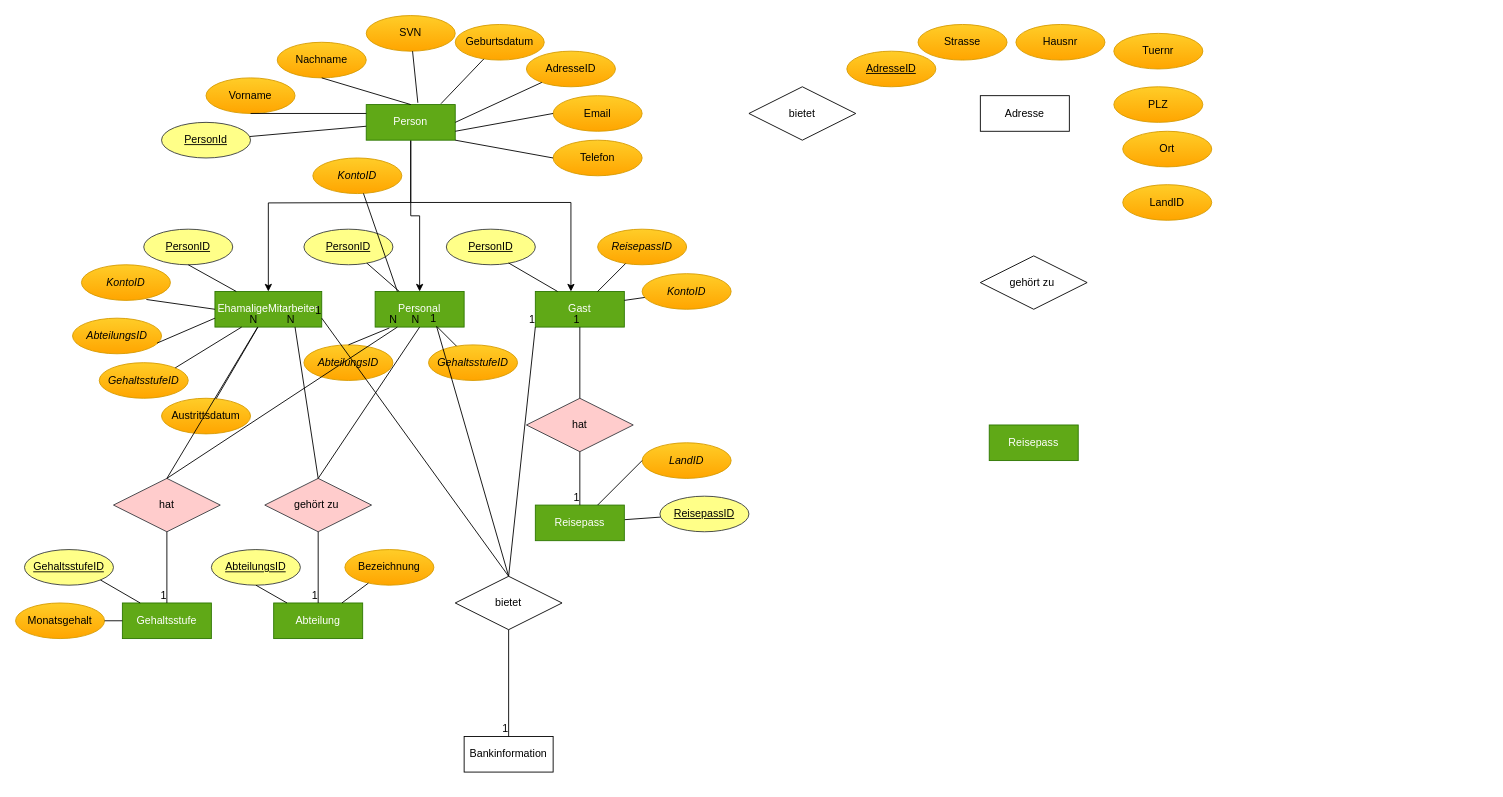
This is Untitled Diagram.drawio from IvoOtero24/HotelAdministration, a draw.io file, before an edit. Source tidied: cells renumbered, new cells numbered last; positions are measured from the earlier drawing's top-left corner, leaving out a move shared by most shapes. Both pictures are drawn from the tidied source at 89%, with x=0, y=0 at pixel (15, 15).
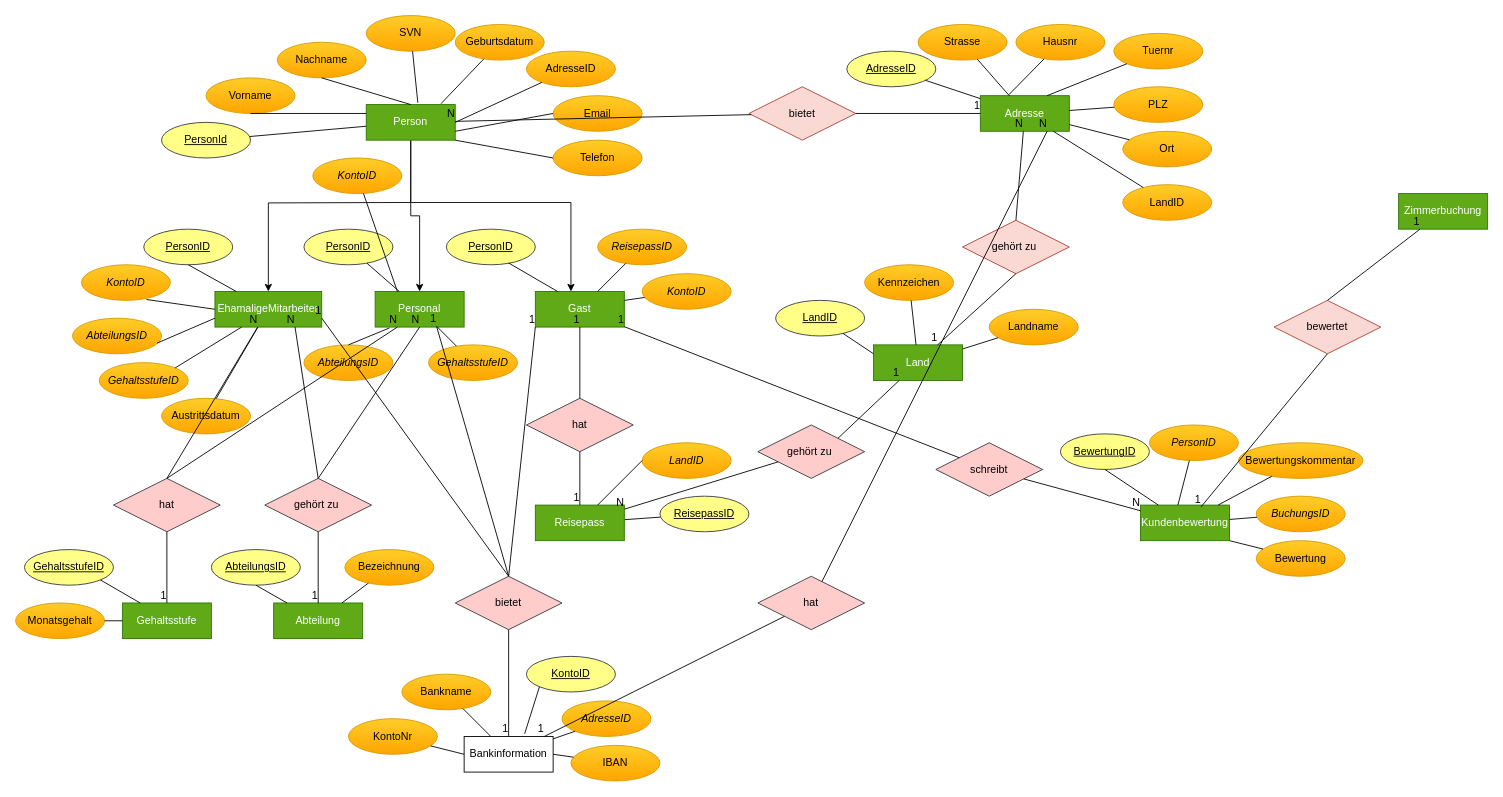
Above is the later version.

The change refers to these unchanged cells:
```xml
<mxCell id="4" value="Person" style="whiteSpace=wrap;html=1;align=center;fillColor=#60a917;strokeColor=#2D7600;fontColor=#ffffff;" parent="1" vertex="1">
  <mxGeometry x="394" y="100" width="100" height="40" as="geometry" />
</mxCell>
<mxCell id="23" value="Gast" style="whiteSpace=wrap;html=1;align=center;fillColor=#60a917;strokeColor=#2D7600;fontColor=#ffffff;" parent="1" vertex="1">
  <mxGeometry x="584" y="310" width="100" height="40" as="geometry" />
</mxCell>
<mxCell id="52" value="Reisepass" style="whiteSpace=wrap;html=1;align=center;fillColor=#60a917;strokeColor=#2D7600;fontColor=#ffffff;" parent="1" vertex="1">
  <mxGeometry x="584" y="550" width="100" height="40" as="geometry" />
</mxCell>
<mxCell id="83" value="Bankinformation" style="whiteSpace=wrap;html=1;align=center;" parent="1" vertex="1">
  <mxGeometry x="504" y="810" width="100" height="40" as="geometry" />
</mxCell>
<mxCell id="89" value="Strasse" style="ellipse;whiteSpace=wrap;html=1;align=center;gradientColor=#ffa500;fillColor=#ffcd28;strokeColor=#d79b00;" parent="1" vertex="1">
  <mxGeometry x="1014" y="10" width="100" height="40" as="geometry" />
</mxCell>
<mxCell id="90" value="Hausnr" style="ellipse;whiteSpace=wrap;html=1;align=center;gradientColor=#ffa500;fillColor=#ffcd28;strokeColor=#d79b00;" parent="1" vertex="1">
  <mxGeometry x="1124" y="10" width="100" height="40" as="geometry" />
</mxCell>
<mxCell id="91" value="Tuernr" style="ellipse;whiteSpace=wrap;html=1;align=center;gradientColor=#ffa500;fillColor=#ffcd28;strokeColor=#d79b00;" parent="1" vertex="1">
  <mxGeometry x="1234" y="20" width="100" height="40" as="geometry" />
</mxCell>
<mxCell id="92" value="PLZ" style="ellipse;whiteSpace=wrap;html=1;align=center;gradientColor=#ffa500;fillColor=#ffcd28;strokeColor=#d79b00;" parent="1" vertex="1">
  <mxGeometry x="1234" y="80" width="100" height="40" as="geometry" />
</mxCell>
<mxCell id="93" value="Ort" style="ellipse;whiteSpace=wrap;html=1;align=center;gradientColor=#ffa500;fillColor=#ffcd28;strokeColor=#d79b00;" parent="1" vertex="1">
  <mxGeometry x="1244" y="130" width="100" height="40" as="geometry" />
</mxCell>
<mxCell id="94" value="LandID" style="ellipse;whiteSpace=wrap;html=1;align=center;gradientColor=#ffa500;fillColor=#ffcd28;strokeColor=#d79b00;" parent="1" vertex="1">
  <mxGeometry x="1244" y="190" width="100" height="40" as="geometry" />
</mxCell>
```

What changed in the source:
```diff
@@
-    <mxCell id="76" value="bietet" style="shape=rhombus;perimeter=rhombusPerimeter;whiteSpace=wrap;html=1;align=center;" parent="1" vertex="1">
+    <mxCell id="76" value="bietet" style="shape=rhombus;perimeter=rhombusPerimeter;whiteSpace=wrap;html=1;align=center;fillColor=#ffcccc;strokeColor=#36393d;" parent="1" vertex="1">
       <mxGeometry x="494" y="630" width="120" height="60" as="geometry" />
     </mxCell>
@@
-    <mxCell id="86" value="bietet" style="shape=rhombus;perimeter=rhombusPerimeter;whiteSpace=wrap;html=1;align=center;" parent="1" vertex="1">
+    <mxCell id="86" value="bietet" style="shape=rhombus;perimeter=rhombusPerimeter;whiteSpace=wrap;html=1;align=center;fillColor=#fad9d5;strokeColor=#ae4132;" parent="1" vertex="1">
       <mxGeometry x="824" y="80" width="120" height="60" as="geometry" />
     </mxCell>
-    <mxCell id="87" value="Adresse" style="whiteSpace=wrap;html=1;align=center;" parent="1" vertex="1">
+    <mxCell id="87" value="Adresse" style="whiteSpace=wrap;html=1;align=center;fillColor=#60a917;strokeColor=#2D7600;fontColor=#ffffff;" parent="1" vertex="1">
       <mxGeometry x="1084" y="90" width="100" height="40" as="geometry" />
     </mxCell>
-    <mxCell id="88" value="&lt;u&gt;AdresseID&lt;/u&gt;" style="ellipse;whiteSpace=wrap;html=1;align=center;gradientColor=#ffa500;fillColor=#ffcd28;strokeColor=#d79b00;" parent="1" vertex="1">
+    <mxCell id="88" value="&lt;u&gt;AdresseID&lt;/u&gt;" style="ellipse;whiteSpace=wrap;html=1;align=center;fillColor=#ffff88;strokeColor=#36393d;" parent="1" vertex="1">
       <mxGeometry x="934" y="40" width="100" height="40" as="geometry" />
     </mxCell>
@@
-    <mxCell id="95" value="gehört zu&amp;nbsp;" style="shape=rhombus;perimeter=rhombusPerimeter;whiteSpace=wrap;html=1;align=center;" parent="1" vertex="1">
-      <mxGeometry x="1084" y="270" width="120" height="60" as="geometry" />
+    <mxCell id="95" value="gehört zu&amp;nbsp;" style="shape=rhombus;perimeter=rhombusPerimeter;whiteSpace=wrap;html=1;align=center;fillColor=#fad9d5;strokeColor=#ae4132;" parent="1" vertex="1">
+      <mxGeometry x="1064" y="230" width="120" height="60" as="geometry" />
     </mxCell>
-    <mxCell id="96" value="Reisepass" style="whiteSpace=wrap;html=1;align=center;fillColor=#60a917;strokeColor=#2D7600;fontColor=#ffffff;" parent="1" vertex="1">
-      <mxGeometry x="1094" y="460" width="100" height="40" as="geometry" />
-    </mxCell>
@@
+    <mxCell id="105" value="Bankname" style="ellipse;whiteSpace=wrap;html=1;align=center;gradientColor=#ffa500;fillColor=#ffcd28;strokeColor=#d79b00;" parent="1" vertex="1">
+      <mxGeometry x="434" y="740" width="100" height="40" as="geometry" />
+    </mxCell>
+    <mxCell id="106" value="&lt;u&gt;KontoID&lt;/u&gt;" style="ellipse;whiteSpace=wrap;html=1;align=center;fillColor=#ffff88;strokeColor=#36393d;" parent="1" vertex="1">
+      <mxGeometry x="574" y="720" width="100" height="40" as="geometry" />
+    </mxCell>
+    <mxCell id="107" value="&lt;i&gt;AdresseID&lt;/i&gt;" style="ellipse;whiteSpace=wrap;html=1;align=center;gradientColor=#ffa500;fillColor=#ffcd28;strokeColor=#d79b00;" parent="1" vertex="1">
+      <mxGeometry x="614" y="770" width="100" height="40" as="geometry" />
+    </mxCell>
+    <mxCell id="108" value="KontoNr" style="ellipse;whiteSpace=wrap;html=1;align=center;gradientColor=#ffa500;fillColor=#ffcd28;strokeColor=#d79b00;" parent="1" vertex="1">
+      <mxGeometry x="374" y="790" width="100" height="40" as="geometry" />
+    </mxCell>
+    <mxCell id="109" value="IBAN" style="ellipse;whiteSpace=wrap;html=1;align=center;gradientColor=#ffa500;fillColor=#ffcd28;strokeColor=#d79b00;" parent="1" vertex="1">
+      <mxGeometry x="624" y="820" width="100" height="40" as="geometry" />
+    </mxCell>
+    <mxCell id="110" style="endArrow=none;html=1;rounded=0;strokeColor=#000000;" parent="1" edge="1" source="83" target="105">
+      <mxGeometry relative="1" as="geometry" />
+    </mxCell>
+    <mxCell id="111" style="endArrow=none;html=1;rounded=0;strokeColor=#000000;" parent="1" edge="1" target="108">
+      <mxGeometry relative="1" as="geometry">
+        <mxPoint x="504" y="830" as="sourcePoint" />
+      </mxGeometry>
+    </mxCell>
+    <mxCell id="112" style="endArrow=none;html=1;rounded=0;strokeColor=#000000;entryX=0;entryY=1;entryDx=0;entryDy=0;exitX=0.68;exitY=-0.075;exitDx=0;exitDy=0;exitPerimeter=0;" parent="1" edge="1" source="83" target="106">
+      <mxGeometry relative="1" as="geometry" />
+    </mxCell>
+    <mxCell id="113" style="endArrow=none;html=1;rounded=0;strokeColor=#000000;entryX=0;entryY=1;entryDx=0;entryDy=0;" parent="1" edge="1" source="83" target="107">
+      <mxGeometry relative="1" as="geometry" />
+    </mxCell>
+    <mxCell id="114" style="endArrow=none;html=1;rounded=0;strokeColor=#000000;exitX=1;exitY=0.5;exitDx=0;exitDy=0;" parent="1" edge="1" source="83" target="109">
+      <mxGeometry relative="1" as="geometry" />
+    </mxCell>
+    <mxCell id="115" style="endArrow=none;html=1;rounded=0;strokeColor=#000000;" parent="1" edge="1" source="87" target="88">
+      <mxGeometry relative="1" as="geometry" />
+    </mxCell>
+    <mxCell id="116" style="endArrow=none;html=1;rounded=0;strokeColor=#000000;" parent="1" edge="1" source="87" target="89">
+      <mxGeometry relative="1" as="geometry" />
+    </mxCell>
+    <mxCell id="117" style="endArrow=none;html=1;rounded=0;strokeColor=#000000;exitX=0.32;exitY=-0.025;exitDx=0;exitDy=0;exitPerimeter=0;" parent="1" edge="1" source="87" target="90">
+      <mxGeometry relative="1" as="geometry" />
+    </mxCell>
+    <mxCell id="118" style="endArrow=none;html=1;rounded=0;strokeColor=#000000;exitX=0.75;exitY=0;exitDx=0;exitDy=0;" parent="1" edge="1" source="87" target="91">
+      <mxGeometry relative="1" as="geometry" />
+    </mxCell>
+    <mxCell id="119" style="endArrow=none;html=1;rounded=0;strokeColor=#000000;" parent="1" edge="1" source="92" target="87">
+      <mxGeometry relative="1" as="geometry" />
+    </mxCell>
+    <mxCell id="120" style="endArrow=none;html=1;rounded=0;strokeColor=#000000;" parent="1" edge="1" source="93" target="87">
+      <mxGeometry relative="1" as="geometry" />
+    </mxCell>
+    <mxCell id="121" style="endArrow=none;html=1;rounded=0;strokeColor=#000000;" parent="1" edge="1" source="94" target="87">
+      <mxGeometry relative="1" as="geometry" />
+    </mxCell>
+    <mxCell id="122" style="endArrow=none;html=1;rounded=0;strokeColor=#000000;" parent="1" edge="1" source="86" target="4">
+      <mxGeometry relative="1" as="geometry" />
+    </mxCell>
+    <mxCell id="123" value="N" style="html=1;align=right;verticalAlign=bottom;" parent="122" vertex="1">
+      <mxGeometry x="1" relative="1" as="geometry" />
+    </mxCell>
+    <mxCell id="124" style="endArrow=none;html=1;rounded=0;strokeColor=#000000;" parent="1" edge="1" source="86" target="87">
+      <mxGeometry relative="1" as="geometry" />
+    </mxCell>
+    <mxCell id="125" value="1" style="html=1;align=right;verticalAlign=bottom;" parent="124" vertex="1">
+      <mxGeometry x="1" relative="1" as="geometry" />
+    </mxCell>
+    <mxCell id="126" value="Land" style="whiteSpace=wrap;html=1;align=center;fillColor=#60a917;strokeColor=#2D7600;fontColor=#ffffff;" parent="1" vertex="1">
+      <mxGeometry x="964" y="370" width="100" height="40" as="geometry" />
+    </mxCell>
+    <mxCell id="127" value="&lt;u&gt;LandID&lt;/u&gt;" style="ellipse;whiteSpace=wrap;html=1;align=center;fillColor=#ffff88;strokeColor=#36393d;" parent="1" vertex="1">
+      <mxGeometry x="854" y="320" width="100" height="40" as="geometry" />
+    </mxCell>
+    <mxCell id="128" value="Landname" style="ellipse;whiteSpace=wrap;html=1;align=center;gradientColor=#ffa500;fillColor=#ffcd28;strokeColor=#d79b00;" parent="1" vertex="1">
+      <mxGeometry x="1094" y="330" width="100" height="40" as="geometry" />
+    </mxCell>
+    <mxCell id="129" value="Kennzeichen" style="ellipse;whiteSpace=wrap;html=1;align=center;gradientColor=#ffa500;fillColor=#ffcd28;strokeColor=#d79b00;" parent="1" vertex="1">
+      <mxGeometry x="954" y="280" width="100" height="40" as="geometry" />
+    </mxCell>
+    <mxCell id="130" style="endArrow=none;html=1;rounded=0;strokeColor=#000000;exitX=0.5;exitY=0;exitDx=0;exitDy=0;" parent="1" edge="1" source="95" target="87">
+      <mxGeometry relative="1" as="geometry" />
+    </mxCell>
+    <mxCell id="131" value="N" style="html=1;align=right;verticalAlign=bottom;" parent="130" vertex="1">
+      <mxGeometry x="1" relative="1" as="geometry" />
+    </mxCell>
+    <mxCell id="132" style="endArrow=none;html=1;rounded=0;strokeColor=#000000;exitX=0.5;exitY=1;exitDx=0;exitDy=0;" parent="1" edge="1" source="95" target="126">
+      <mxGeometry relative="1" as="geometry" />
+    </mxCell>
+    <mxCell id="133" value="1" style="html=1;align=right;verticalAlign=bottom;" parent="132" vertex="1">
+      <mxGeometry x="1" relative="1" as="geometry" />
+    </mxCell>
+    <mxCell id="134" style="endArrow=none;html=1;rounded=0;strokeColor=#000000;exitX=0;exitY=0.25;exitDx=0;exitDy=0;" parent="1" edge="1" source="126" target="127">
+      <mxGeometry relative="1" as="geometry" />
+    </mxCell>
+    <mxCell id="135" style="endArrow=none;html=1;rounded=0;strokeColor=#000000;" parent="1" edge="1" source="126" target="129">
+      <mxGeometry relative="1" as="geometry" />
+    </mxCell>
+    <mxCell id="136" style="endArrow=none;html=1;rounded=0;strokeColor=#000000;" parent="1" edge="1" source="128" target="126">
+      <mxGeometry relative="1" as="geometry" />
+    </mxCell>
+    <mxCell id="137" value="gehört zu&amp;nbsp;" style="shape=rhombus;perimeter=rhombusPerimeter;whiteSpace=wrap;html=1;align=center;fillColor=#ffcccc;strokeColor=#36393d;" parent="1" vertex="1">
+      <mxGeometry x="834" y="460" width="120" height="60" as="geometry" />
+    </mxCell>
+    <mxCell id="138" style="endArrow=none;html=1;rounded=0;strokeColor=#000000;exitX=1;exitY=0;exitDx=0;exitDy=0;" parent="1" edge="1" source="137" target="126">
+      <mxGeometry relative="1" as="geometry" />
+    </mxCell>
+    <mxCell id="139" value="1" style="html=1;align=right;verticalAlign=bottom;" parent="138" vertex="1">
+      <mxGeometry x="1" relative="1" as="geometry" />
+    </mxCell>
+    <mxCell id="140" style="endArrow=none;html=1;rounded=0;strokeColor=#000000;" parent="1" edge="1" source="137" target="52">
+      <mxGeometry relative="1" as="geometry" />
+    </mxCell>
+    <mxCell id="141" value="N" style="html=1;align=right;verticalAlign=bottom;" parent="140" vertex="1">
+      <mxGeometry x="1" relative="1" as="geometry" />
+    </mxCell>
+    <mxCell id="142" value="hat" style="shape=rhombus;perimeter=rhombusPerimeter;whiteSpace=wrap;html=1;align=center;fillColor=#ffcccc;strokeColor=#36393d;" parent="1" vertex="1">
+      <mxGeometry x="834" y="630" width="120" height="60" as="geometry" />
+    </mxCell>
+    <mxCell id="143" style="endArrow=none;html=1;rounded=0;strokeColor=#000000;entryX=0.75;entryY=1;entryDx=0;entryDy=0;" parent="1" edge="1" source="142" target="87">
+      <mxGeometry relative="1" as="geometry" />
+    </mxCell>
+    <mxCell id="144" value="N" style="html=1;align=right;verticalAlign=bottom;" parent="143" vertex="1">
+      <mxGeometry x="1" relative="1" as="geometry" />
+    </mxCell>
+    <mxCell id="145" style="endArrow=none;html=1;rounded=0;strokeColor=#000000;" parent="1" edge="1" source="142" target="83">
+      <mxGeometry relative="1" as="geometry" />
+    </mxCell>
+    <mxCell id="146" value="1" style="html=1;align=right;verticalAlign=bottom;" parent="145" vertex="1">
+      <mxGeometry x="1" relative="1" as="geometry" />
+    </mxCell>
+    <mxCell id="147" value="schreibt" style="shape=rhombus;perimeter=rhombusPerimeter;whiteSpace=wrap;html=1;align=center;fillColor=#ffcccc;strokeColor=#36393d;" parent="1" vertex="1">
+      <mxGeometry x="1034" y="480" width="120" height="60" as="geometry" />
+    </mxCell>
+    <mxCell id="148" value="Kundenbewertung" style="whiteSpace=wrap;html=1;align=center;fillColor=#60a917;strokeColor=#2D7600;fontColor=#ffffff;" parent="1" vertex="1">
+      <mxGeometry x="1264" y="550" width="100" height="40" as="geometry" />
+    </mxCell>
+    <mxCell id="149" style="endArrow=none;html=1;rounded=0;strokeColor=#000000;" parent="1" edge="1" source="147" target="23">
+      <mxGeometry relative="1" as="geometry" />
+    </mxCell>
+    <mxCell id="150" value="1" style="html=1;align=right;verticalAlign=bottom;" parent="149" vertex="1">
+      <mxGeometry x="1" relative="1" as="geometry" />
+    </mxCell>
+    <mxCell id="151" style="endArrow=none;html=1;rounded=0;strokeColor=#000000;" parent="1" edge="1" source="147" target="148">
+      <mxGeometry relative="1" as="geometry" />
+    </mxCell>
+    <mxCell id="152" value="N" style="html=1;align=right;verticalAlign=bottom;" parent="151" vertex="1">
+      <mxGeometry x="1" relative="1" as="geometry" />
+    </mxCell>
+    <mxCell id="153" value="BewertungID" style="ellipse;whiteSpace=wrap;html=1;align=center;fontStyle=4;fillColor=#ffff88;strokeColor=#36393d;" parent="1" vertex="1">
+      <mxGeometry x="1174" y="470" width="100" height="40" as="geometry" />
+    </mxCell>
+    <mxCell id="154" value="&lt;i&gt;PersonID&lt;/i&gt;" style="ellipse;whiteSpace=wrap;html=1;align=center;gradientColor=#ffa500;fillColor=#ffcd28;strokeColor=#d79b00;" parent="1" vertex="1">
+      <mxGeometry x="1274" y="460" width="100" height="40" as="geometry" />
+    </mxCell>
+    <mxCell id="155" value="Bewertungskommentar" style="ellipse;whiteSpace=wrap;html=1;align=center;gradientColor=#ffa500;fillColor=#ffcd28;strokeColor=#d79b00;" parent="1" vertex="1">
+      <mxGeometry x="1374" y="480" width="140" height="40" as="geometry" />
+    </mxCell>
+    <mxCell id="156" value="Bewertung" style="ellipse;whiteSpace=wrap;html=1;align=center;gradientColor=#ffa500;fillColor=#ffcd28;strokeColor=#d79b00;" parent="1" vertex="1">
+      <mxGeometry x="1394" y="590" width="100" height="40" as="geometry" />
+    </mxCell>
+    <mxCell id="157" value="&lt;i&gt;BuchungsID&lt;/i&gt;" style="ellipse;whiteSpace=wrap;html=1;align=center;gradientColor=#ffa500;fillColor=#ffcd28;strokeColor=#d79b00;" parent="1" vertex="1">
+      <mxGeometry x="1394" y="540" width="100" height="40" as="geometry" />
+    </mxCell>
+    <mxCell id="158" style="endArrow=none;html=1;rounded=0;strokeColor=#000000;entryX=0.5;entryY=1;entryDx=0;entryDy=0;" parent="1" edge="1" source="148" target="153">
+      <mxGeometry relative="1" as="geometry" />
+    </mxCell>
+    <mxCell id="159" style="endArrow=none;html=1;rounded=0;strokeColor=#000000;exitX=0.42;exitY=0;exitDx=0;exitDy=0;exitPerimeter=0;" parent="1" edge="1" source="148" target="154">
+      <mxGeometry relative="1" as="geometry" />
+    </mxCell>
+    <mxCell id="160" style="endArrow=none;html=1;rounded=0;strokeColor=#000000;" parent="1" edge="1" source="155" target="148">
+      <mxGeometry relative="1" as="geometry" />
+    </mxCell>
+    <mxCell id="161" style="endArrow=none;html=1;rounded=0;strokeColor=#000000;" parent="1" edge="1" source="157" target="148">
+      <mxGeometry relative="1" as="geometry" />
+    </mxCell>
+    <mxCell id="162" style="endArrow=none;html=1;rounded=0;strokeColor=#000000;entryX=1;entryY=1;entryDx=0;entryDy=0;" parent="1" edge="1" source="156" target="148">
+      <mxGeometry relative="1" as="geometry" />
+    </mxCell>
+    <mxCell id="163" value="bewertet" style="shape=rhombus;perimeter=rhombusPerimeter;whiteSpace=wrap;html=1;align=center;fillColor=#fad9d5;strokeColor=#ae4132;" parent="1" vertex="1">
+      <mxGeometry x="1414" y="320" width="120" height="60" as="geometry" />
+    </mxCell>
+    <mxCell id="164" value="Zimmerbuchung" style="whiteSpace=wrap;html=1;align=center;fillColor=#60a917;strokeColor=#2D7600;fontColor=#ffffff;" parent="1" vertex="1">
+      <mxGeometry x="1554" y="200" width="100" height="40" as="geometry" />
+    </mxCell>
+    <mxCell id="165" style="endArrow=none;html=1;rounded=0;strokeColor=#000000;exitX=0.5;exitY=0;exitDx=0;exitDy=0;" parent="1" edge="1" source="163" target="164">
+      <mxGeometry relative="1" as="geometry" />
+    </mxCell>
+    <mxCell id="166" value="1" style="html=1;align=right;verticalAlign=bottom;" parent="165" vertex="1">
+      <mxGeometry x="1" relative="1" as="geometry" />
+    </mxCell>
+    <mxCell id="167" style="endArrow=none;html=1;rounded=0;strokeColor=#000000;exitX=0.5;exitY=1;exitDx=0;exitDy=0;entryX=0.68;entryY=0.05;entryDx=0;entryDy=0;entryPerimeter=0;" parent="1" edge="1" source="163" target="148">
+      <mxGeometry relative="1" as="geometry" />
+    </mxCell>
+    <mxCell id="168" value="1" style="html=1;align=right;verticalAlign=bottom;" parent="167" vertex="1">
+      <mxGeometry x="1" relative="1" as="geometry" />
+    </mxCell>
```
